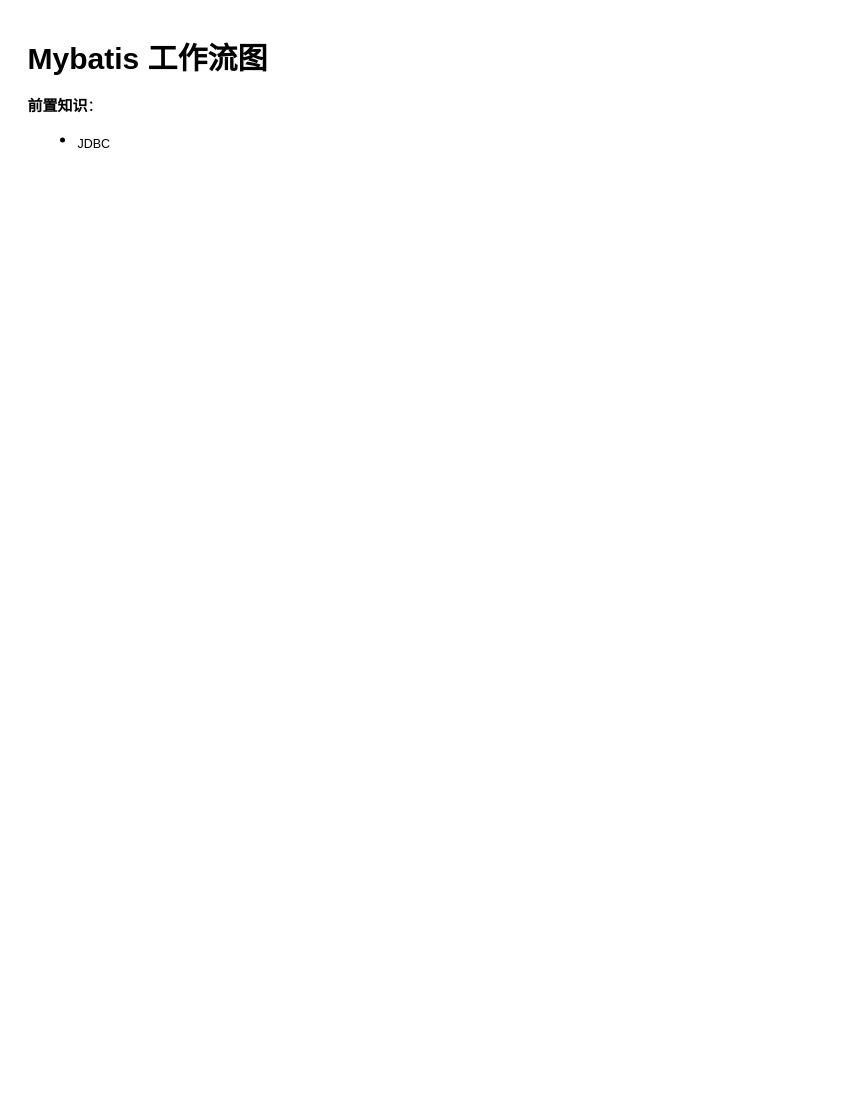
Before: graph/mybatis-workflow.drawio in kwseeker/mybatis-learn, a draw.io diagram. Source tidied: cells renumbered, new cells numbered last; positions are measured from the earlier drawing's top-left corner, leaving out a move shared by most shapes. Both pictures are drawn from the tidied source at 125%, with x=0, y=0 at pixel (21, 34).
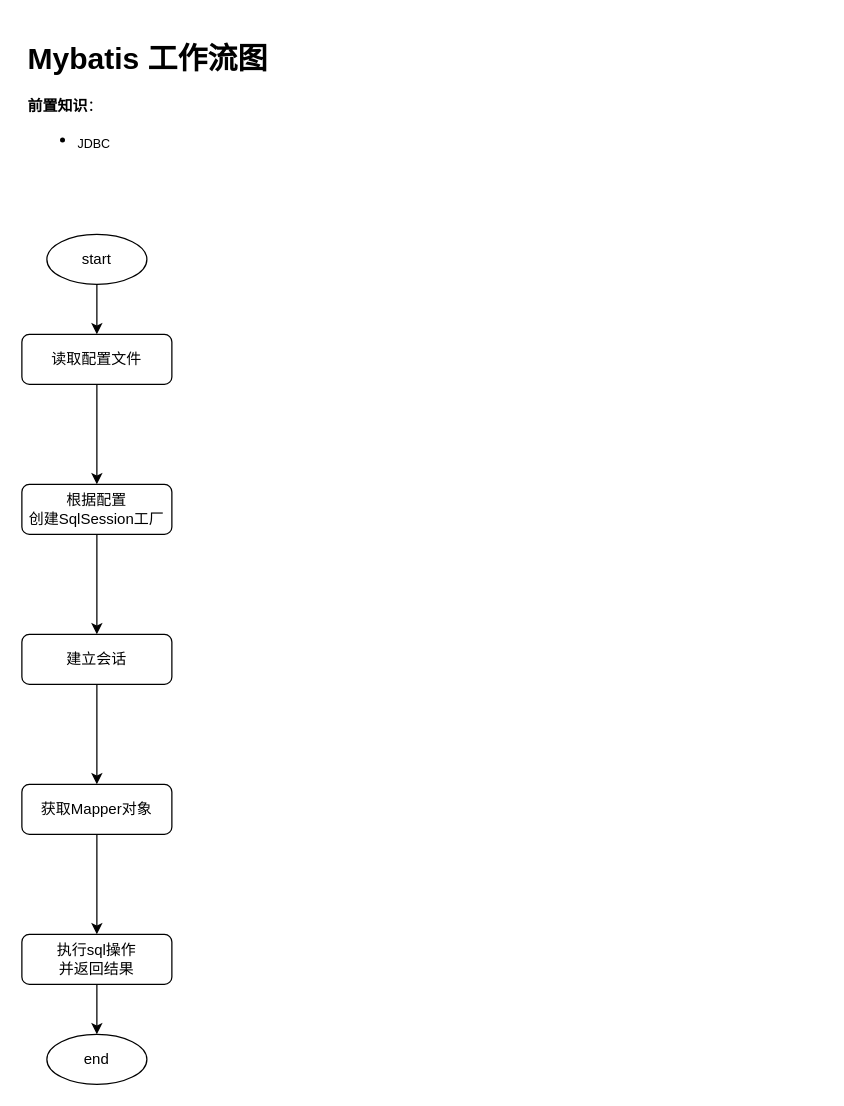
The same diagram, later.

Diff of the diagram source:
```diff
@@
 <mxGraphModel>
   <root>
     <mxCell id="0" />
     <mxCell id="1" parent="0" />
     <mxCell id="2" value="&lt;h1&gt;Mybatis 工作流图&lt;/h1&gt;&lt;p&gt;&lt;b&gt;前置知识&lt;/b&gt;：&lt;/p&gt;&lt;p&gt;&lt;ul&gt;&lt;li&gt;&lt;sub&gt;JDBC&lt;/sub&gt;&lt;/li&gt;&lt;/ul&gt;&lt;/p&gt;" style="text;html=1;strokeColor=none;fillColor=none;spacing=5;spacingTop=-20;whiteSpace=wrap;overflow=hidden;rounded=0;" parent="1" vertex="1">
       <mxGeometry width="640" height="120" as="geometry" />
     </mxCell>
+    <mxCell id="3" style="edgeStyle=orthogonalEdgeStyle;rounded=0;jettySize=auto;html=1;" parent="1" edge="1" source="4" target="7">
+      <mxGeometry relative="1" as="geometry" />
+    </mxCell>
+    <mxCell id="4" value="start" style="ellipse;whiteSpace=wrap;html=1;" parent="1" vertex="1">
+      <mxGeometry x="20" y="160" width="80" height="40" as="geometry" />
+    </mxCell>
+    <mxCell id="5" value="end" style="ellipse;whiteSpace=wrap;html=1;" parent="1" vertex="1">
+      <mxGeometry x="20" y="800" width="80" height="40" as="geometry" />
+    </mxCell>
+    <mxCell id="6" style="edgeStyle=orthogonalEdgeStyle;rounded=0;jettySize=auto;html=1;" parent="1" edge="1" source="7" target="9">
+      <mxGeometry relative="1" as="geometry" />
+    </mxCell>
+    <mxCell id="7" value="读取配置文件" style="rounded=1;whiteSpace=wrap;html=1;" parent="1" vertex="1">
+      <mxGeometry y="240" width="120" height="40" as="geometry" />
+    </mxCell>
+    <mxCell id="8" style="edgeStyle=orthogonalEdgeStyle;rounded=0;jettySize=auto;html=1;" parent="1" edge="1" source="9" target="11">
+      <mxGeometry relative="1" as="geometry" />
+    </mxCell>
+    <mxCell id="9" value="根据配置&lt;br&gt;创建SqlSession工厂" style="rounded=1;whiteSpace=wrap;html=1;" parent="1" vertex="1">
+      <mxGeometry y="360" width="120" height="40" as="geometry" />
+    </mxCell>
+    <mxCell id="10" style="edgeStyle=orthogonalEdgeStyle;rounded=0;jettySize=auto;html=1;" parent="1" edge="1" source="11" target="13">
+      <mxGeometry relative="1" as="geometry" />
+    </mxCell>
+    <mxCell id="11" value="建立会话" style="rounded=1;whiteSpace=wrap;html=1;" parent="1" vertex="1">
+      <mxGeometry y="480" width="120" height="40" as="geometry" />
+    </mxCell>
+    <mxCell id="12" style="edgeStyle=orthogonalEdgeStyle;rounded=0;jettySize=auto;html=1;" parent="1" edge="1" source="13" target="15">
+      <mxGeometry relative="1" as="geometry" />
+    </mxCell>
+    <mxCell id="13" value="获取Mapper对象" style="rounded=1;whiteSpace=wrap;html=1;" parent="1" vertex="1">
+      <mxGeometry y="600" width="120" height="40" as="geometry" />
+    </mxCell>
+    <mxCell id="14" style="edgeStyle=orthogonalEdgeStyle;rounded=0;jettySize=auto;html=1;exitX=0.5;exitY=1;exitDx=0;exitDy=0;entryX=0.5;entryY=0;entryDx=0;entryDy=0;" parent="1" edge="1" source="15" target="5">
+      <mxGeometry relative="1" as="geometry" />
+    </mxCell>
+    <mxCell id="15" value="执行sql操作&lt;br&gt;并返回结果" style="rounded=1;whiteSpace=wrap;html=1;" parent="1" vertex="1">
+      <mxGeometry y="720" width="120" height="40" as="geometry" />
+    </mxCell>
   </root>
 </mxGraphModel>
```
